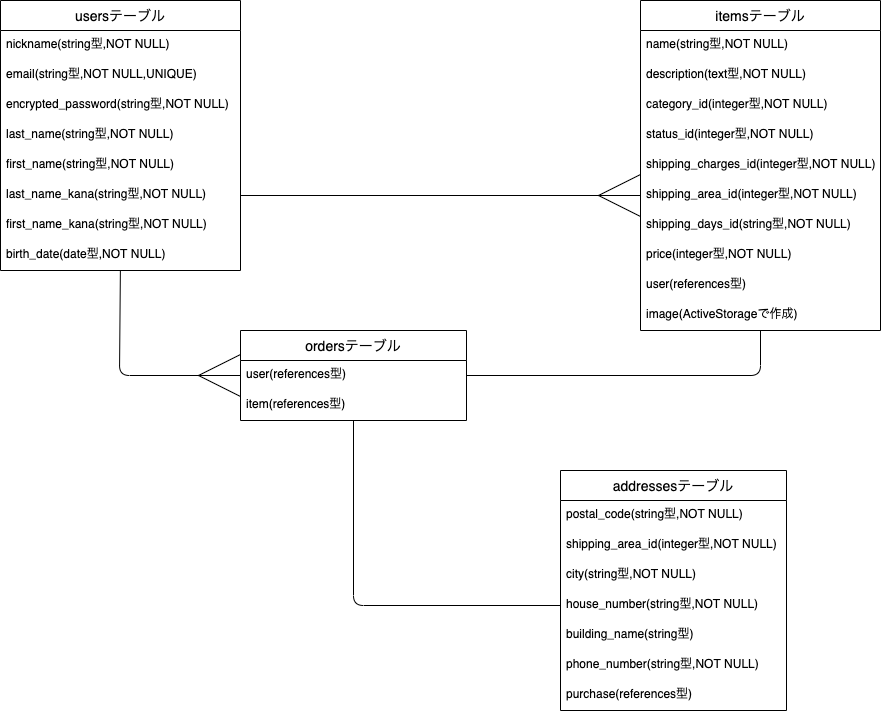
T-yama0921/furima-35584 keeps this draw.io diagram as ER.png. Above is the earlier version. Source tidied: cells renumbered, new cells last; positions are measured from the earlier drawing's top-left corner, leaving out a move shared by most shapes. Its diagram source:
```xml
<mxGraphModel background="#ffffff">
  <root>
    <mxCell id="0" />
    <mxCell id="1" parent="0" />
    <mxCell id="2" value="usersテーブル" style="swimlane;fontStyle=0;horizontal=1;startSize=30;align=center;fontSize=14;" parent="1" vertex="1">
      <mxGeometry width="240" height="270" as="geometry" />
    </mxCell>
    <mxCell id="3" value="nickname(string型,NOT NULL)" style="text;strokeColor=none;fillColor=none;spacingLeft=4;spacingRight=4;overflow=hidden;fontSize=12;" parent="2" vertex="1">
      <mxGeometry y="30" width="240" height="30" as="geometry" />
    </mxCell>
    <mxCell id="4" value="email(string型,NOT NULL,UNIQUE)" style="text;strokeColor=none;fillColor=none;spacingLeft=4;spacingRight=4;overflow=hidden;fontSize=12;" parent="2" vertex="1">
      <mxGeometry y="60" width="240" height="30" as="geometry" />
    </mxCell>
    <mxCell id="5" value="encrypted_password(string型,NOT NULL)" style="text;strokeColor=none;fillColor=none;spacingLeft=4;spacingRight=4;overflow=hidden;fontSize=12;direction=east;" parent="2" vertex="1">
      <mxGeometry y="90" width="240" height="30" as="geometry" />
    </mxCell>
    <mxCell id="6" value="last_name(string型,NOT NULL)" style="text;strokeColor=none;fillColor=none;spacingLeft=4;spacingRight=4;overflow=hidden;fontSize=12;" parent="2" vertex="1">
      <mxGeometry y="120" width="240" height="30" as="geometry" />
    </mxCell>
    <mxCell id="7" value="first_name(string型,NOT NULL)" style="text;strokeColor=none;fillColor=none;spacingLeft=4;spacingRight=4;overflow=hidden;fontSize=12;" parent="2" vertex="1">
      <mxGeometry y="150" width="240" height="30" as="geometry" />
    </mxCell>
    <mxCell id="8" value="last_name_kana(string型,NOT NULL)" style="text;strokeColor=none;fillColor=none;spacingLeft=4;spacingRight=4;overflow=hidden;points=[[0,0.5],[1,0.5]];portConstraint=eastwest;fontSize=12;" parent="2" vertex="1">
      <mxGeometry y="180" width="240" height="30" as="geometry" />
    </mxCell>
    <mxCell id="9" value="first_name_kana(string型,NOT NULL)" style="text;strokeColor=none;fillColor=none;spacingLeft=4;spacingRight=4;overflow=hidden;fontSize=12;" parent="2" vertex="1">
      <mxGeometry y="210" width="240" height="30" as="geometry" />
    </mxCell>
    <mxCell id="10" value="birth_date(date型,NOT NULL)" style="text;strokeColor=none;fillColor=none;spacingLeft=4;spacingRight=4;overflow=hidden;points=[[0,0.5],[1,0.5]];portConstraint=eastwest;fontSize=12;" parent="2" vertex="1">
      <mxGeometry y="240" width="240" height="30" as="geometry" />
    </mxCell>
    <mxCell id="11" value="itemsテーブル" style="swimlane;fontStyle=0;horizontal=1;startSize=30;align=center;fontSize=14;" parent="1" vertex="1">
      <mxGeometry x="640" width="240" height="330" as="geometry" />
    </mxCell>
    <mxCell id="12" value="name(string型,NOT NULL)" style="text;strokeColor=none;fillColor=none;spacingLeft=4;spacingRight=4;overflow=hidden;fontSize=12;" parent="11" vertex="1">
      <mxGeometry y="30" width="240" height="30" as="geometry" />
    </mxCell>
    <mxCell id="13" value="description(text型,NOT NULL)" style="text;strokeColor=none;fillColor=none;spacingLeft=4;spacingRight=4;overflow=hidden;fontSize=12;direction=east;" parent="11" vertex="1">
      <mxGeometry y="60" width="240" height="30" as="geometry" />
    </mxCell>
    <mxCell id="14" value="category_id(integer型,NOT NULL)" style="text;strokeColor=none;fillColor=none;spacingLeft=4;spacingRight=4;overflow=hidden;fontSize=12;" parent="11" vertex="1">
      <mxGeometry y="90" width="240" height="30" as="geometry" />
    </mxCell>
    <mxCell id="15" value="status_id(integer型,NOT NULL)" style="text;strokeColor=none;fillColor=none;spacingLeft=4;spacingRight=4;overflow=hidden;fontSize=12;" parent="11" vertex="1">
      <mxGeometry y="120" width="240" height="30" as="geometry" />
    </mxCell>
    <mxCell id="16" value="shipping_charges_id(integer型,NOT NULL)" style="text;strokeColor=none;fillColor=none;spacingLeft=4;spacingRight=4;overflow=hidden;fontSize=12;" parent="11" vertex="1">
      <mxGeometry y="150" width="240" height="30" as="geometry" />
    </mxCell>
    <mxCell id="17" value="shipping_area_id(integer型,NOT NULL)" style="text;strokeColor=none;fillColor=none;spacingLeft=4;spacingRight=4;overflow=hidden;points=[[0,0.5],[1,0.5]];portConstraint=eastwest;fontSize=12;" parent="11" vertex="1">
      <mxGeometry y="180" width="240" height="30" as="geometry" />
    </mxCell>
    <mxCell id="18" value="shipping_days_id(string型,NOT NULL)" style="text;strokeColor=none;fillColor=none;spacingLeft=4;spacingRight=4;overflow=hidden;fontSize=12;" parent="11" vertex="1">
      <mxGeometry y="210" width="240" height="30" as="geometry" />
    </mxCell>
    <mxCell id="19" value="price(integer型,NOT NULL)" style="text;strokeColor=none;fillColor=none;spacingLeft=4;spacingRight=4;overflow=hidden;fontSize=12;labelBackgroundColor=none;" parent="11" vertex="1">
      <mxGeometry y="240" width="240" height="30" as="geometry" />
    </mxCell>
    <mxCell id="20" value="user(references型)" style="text;strokeColor=none;fillColor=none;spacingLeft=4;spacingRight=4;overflow=hidden;fontSize=12;labelBackgroundColor=none;" parent="11" vertex="1">
      <mxGeometry y="270" width="240" height="30" as="geometry" />
    </mxCell>
    <mxCell id="21" value="image(ActiveStorageで作成)" style="text;strokeColor=none;fillColor=none;spacingLeft=4;spacingRight=4;overflow=hidden;points=[[0,0.5],[1,0.5]];portConstraint=eastwest;fontSize=12;" parent="11" vertex="1">
      <mxGeometry y="300" width="240" height="30" as="geometry" />
    </mxCell>
    <mxCell id="22" style="fontSize=12;html=1;endArrow=ERmany;exitX=1;exitY=0.5;exitDx=0;exitDy=0;entryX=0;entryY=0.5;entryDx=0;entryDy=0;strokeWidth=1;jumpSize=5;endSize=40;" parent="1" edge="1" source="8" target="17">
      <mxGeometry relative="1" as="geometry" />
    </mxCell>
    <mxCell id="23" value="ordersテーブル" style="swimlane;fontStyle=0;horizontal=1;startSize=30;align=center;fontSize=14;" parent="1" vertex="1">
      <mxGeometry x="240" y="330" width="226" height="90" as="geometry" />
    </mxCell>
    <mxCell id="24" value="user(references型)" style="text;strokeColor=none;fillColor=none;spacingLeft=4;spacingRight=4;overflow=hidden;fontSize=12;" parent="23" vertex="1">
      <mxGeometry y="30" width="226" height="30" as="geometry" />
    </mxCell>
    <mxCell id="25" value="item(references型)" style="text;strokeColor=none;fillColor=none;spacingLeft=4;spacingRight=4;overflow=hidden;points=[[0,0.5],[1,0.5]];portConstraint=eastwest;fontSize=12;" parent="23" vertex="1">
      <mxGeometry y="60" width="226" height="30" as="geometry" />
    </mxCell>
    <mxCell id="26" value="addressesテーブル" style="swimlane;fontStyle=0;horizontal=1;startSize=30;align=center;fontSize=14;" parent="1" vertex="1">
      <mxGeometry x="560" y="470" width="226" height="240" as="geometry" />
    </mxCell>
    <mxCell id="27" value="postal_code(string型,NOT NULL)" style="text;strokeColor=none;fillColor=none;spacingLeft=4;spacingRight=4;overflow=hidden;fontSize=12;" parent="26" vertex="1">
      <mxGeometry y="30" width="226" height="30" as="geometry" />
    </mxCell>
    <mxCell id="28" value="shipping_area_id(integer型,NOT NULL)" style="text;strokeColor=none;fillColor=none;spacingLeft=4;spacingRight=4;overflow=hidden;fontSize=12;" parent="26" vertex="1">
      <mxGeometry y="60" width="226" height="30" as="geometry" />
    </mxCell>
    <mxCell id="29" value="city(string型,NOT NULL)" style="text;strokeColor=none;fillColor=none;spacingLeft=4;spacingRight=4;overflow=hidden;fontSize=12;" parent="26" vertex="1">
      <mxGeometry y="90" width="226" height="30" as="geometry" />
    </mxCell>
    <mxCell id="30" value="house_number(string型,NOT NULL)" style="text;strokeColor=none;fillColor=none;spacingLeft=4;spacingRight=4;overflow=hidden;points=[[0,0.5],[1,0.5]];portConstraint=eastwest;fontSize=12;" parent="26" vertex="1">
      <mxGeometry y="120" width="226" height="30" as="geometry" />
    </mxCell>
    <mxCell id="31" value="building_name(string型)" style="text;strokeColor=none;fillColor=none;spacingLeft=4;spacingRight=4;overflow=hidden;fontSize=12;" parent="26" vertex="1">
      <mxGeometry y="150" width="226" height="30" as="geometry" />
    </mxCell>
    <mxCell id="32" value="phone_number(string型,NOT NULL)" style="text;strokeColor=none;fillColor=none;spacingLeft=4;spacingRight=4;overflow=hidden;fontSize=12;labelBackgroundColor=none;" parent="26" vertex="1">
      <mxGeometry y="180" width="226" height="30" as="geometry" />
    </mxCell>
    <mxCell id="33" value="purchase(references型)" style="text;strokeColor=none;fillColor=none;spacingLeft=4;spacingRight=4;overflow=hidden;fontSize=12;" parent="26" vertex="1">
      <mxGeometry y="210" width="226" height="30" as="geometry" />
    </mxCell>
    <mxCell id="34" style="endArrow=none;html=1;rounded=1;exitX=1;exitY=0.5;exitDx=0;exitDy=0;" parent="1" edge="1" target="21">
      <mxGeometry relative="1" as="geometry">
        <mxPoint x="466" y="375" as="sourcePoint" />
        <Array as="points">
          <mxPoint x="760" y="375" />
        </Array>
      </mxGeometry>
    </mxCell>
    <mxCell id="35" style="endArrow=none;html=1;entryX=0;entryY=0.5;entryDx=0;entryDy=0;rounded=1;" parent="1" edge="1" source="25" target="30">
      <mxGeometry relative="1" as="geometry">
        <Array as="points">
          <mxPoint x="353" y="605" />
        </Array>
      </mxGeometry>
    </mxCell>
    <mxCell id="36" style="fontSize=12;html=1;endArrow=ERmany;entryX=0;entryY=0.5;entryDx=0;entryDy=0;strokeWidth=1;jumpSize=5;endSize=40;" parent="1" edge="1" source="10">
      <mxGeometry relative="1" as="geometry">
        <mxPoint x="240" y="375" as="targetPoint" />
        <Array as="points">
          <mxPoint x="119" y="375" />
        </Array>
      </mxGeometry>
    </mxCell>
  </root>
</mxGraphModel>
```
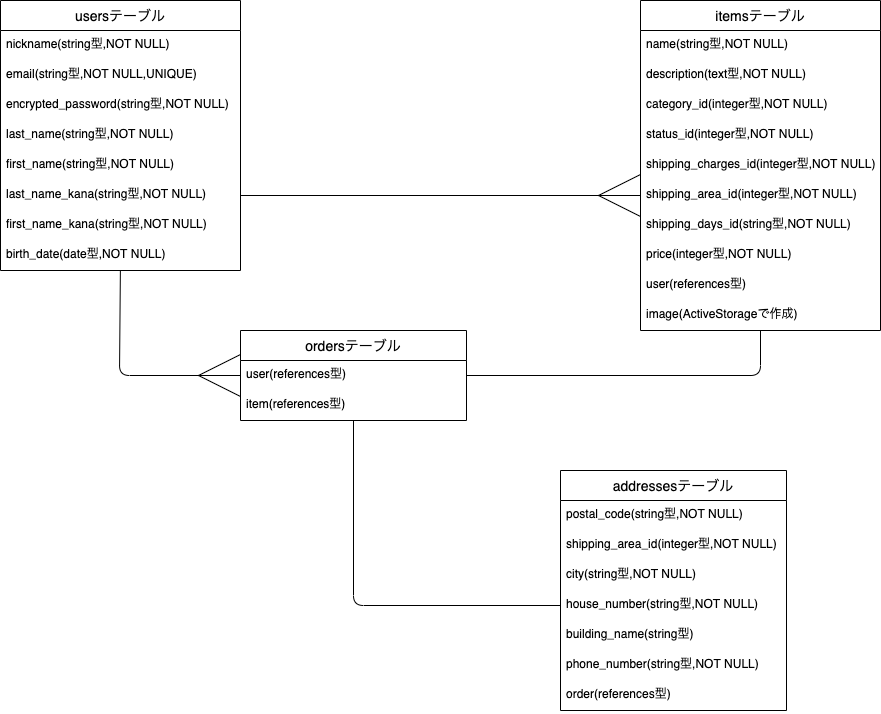
After the change.

Change to the diagram source:
```diff
@@ -95,7 +95,7 @@
     <mxCell id="32" value="phone_number(string型,NOT NULL)" style="text;strokeColor=none;fillColor=none;spacingLeft=4;spacingRight=4;overflow=hidden;fontSize=12;labelBackgroundColor=none;" parent="26" vertex="1">
       <mxGeometry y="180" width="226" height="30" as="geometry" />
     </mxCell>
-    <mxCell id="33" value="purchase(references型)" style="text;strokeColor=none;fillColor=none;spacingLeft=4;spacingRight=4;overflow=hidden;fontSize=12;" parent="26" vertex="1">
+    <mxCell id="33" value="order(references型)" style="text;strokeColor=none;fillColor=none;spacingLeft=4;spacingRight=4;overflow=hidden;fontSize=12;" parent="26" vertex="1">
       <mxGeometry y="210" width="226" height="30" as="geometry" />
     </mxCell>
     <mxCell id="34" style="endArrow=none;html=1;rounded=1;exitX=1;exitY=0.5;exitDx=0;exitDy=0;" parent="1" edge="1" target="21">
```
